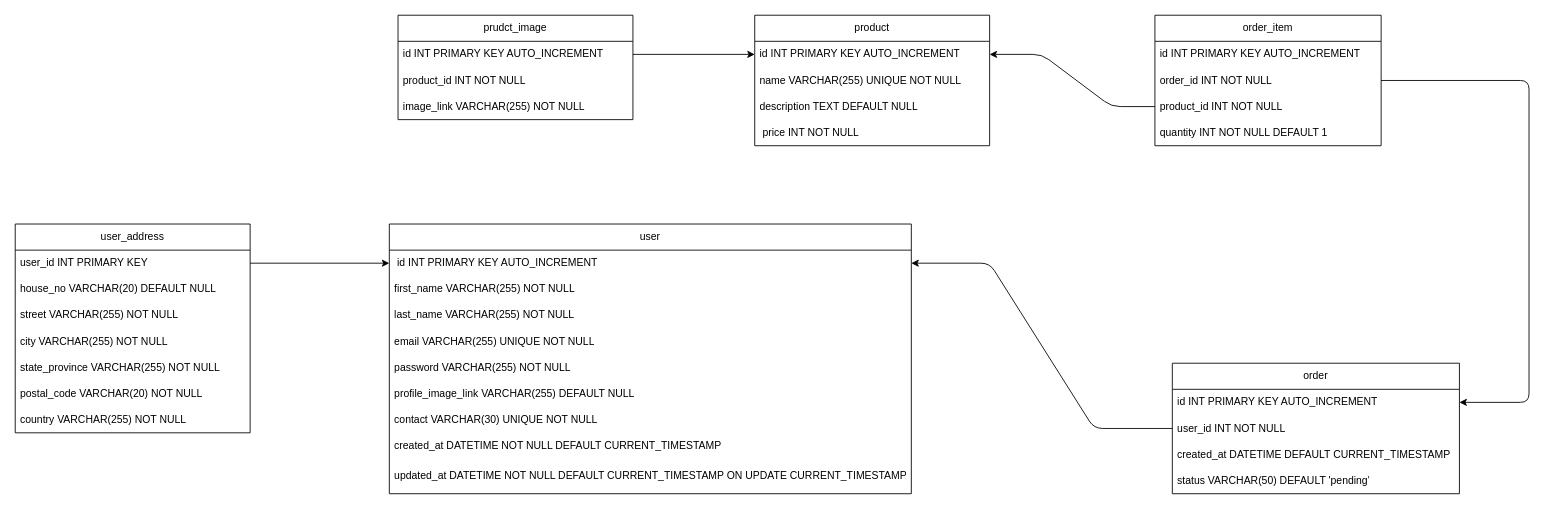
The draw.io diagram asset/database.drawio in krtScrtr004/PHP-Backend-for-ECommerce-Site, before the edit. Source tidied: cells renumbered, new cells numbered last; positions are measured from the earlier drawing's top-left corner, leaving out a move shared by most shapes. Both pictures are drawn from the tidied source at 87%, with x=0, y=0 at pixel (15, 15).
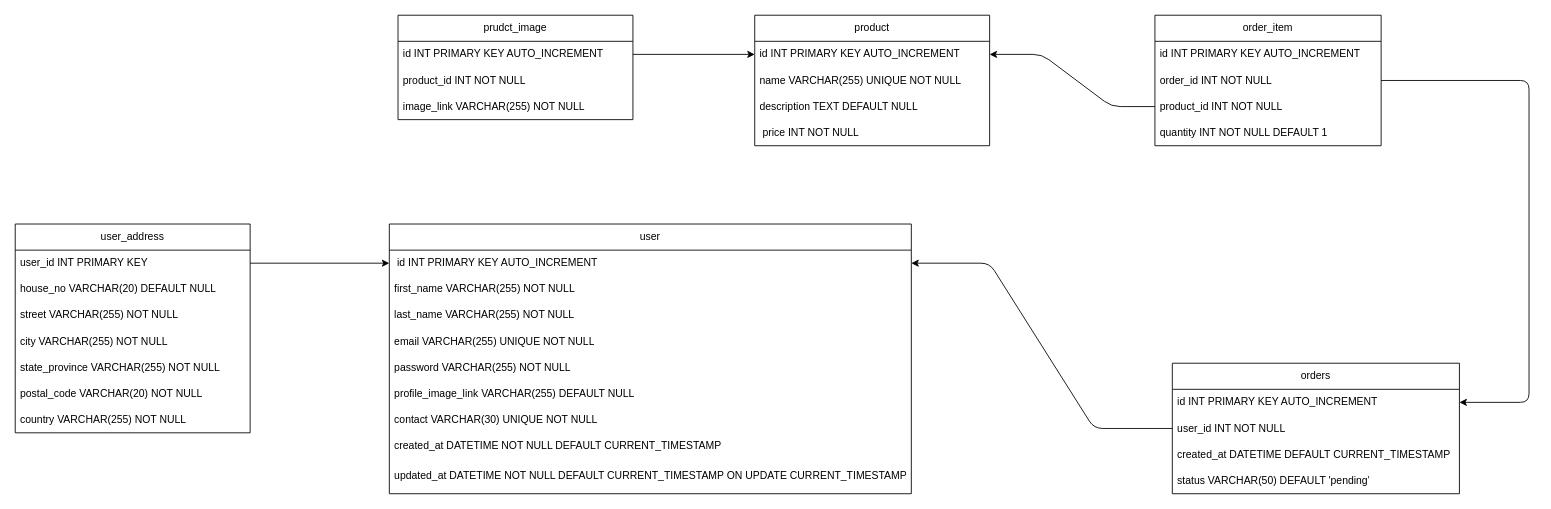
After the change.

Commit message:
change: change database table name order to orders in diagram

What changed in the source:
```diff
@@
-    <mxCell id="31" value="order" style="swimlane;fontStyle=0;horizontal=1;startSize=30;whiteSpace=wrap;html=1;" parent="1" vertex="1">
+    <mxCell id="31" value="orders" style="swimlane;fontStyle=0;horizontal=1;startSize=30;whiteSpace=wrap;html=1;" parent="1" vertex="1">
       <mxGeometry x="1330" y="400" width="330" height="150" as="geometry" />
     </mxCell>
```
